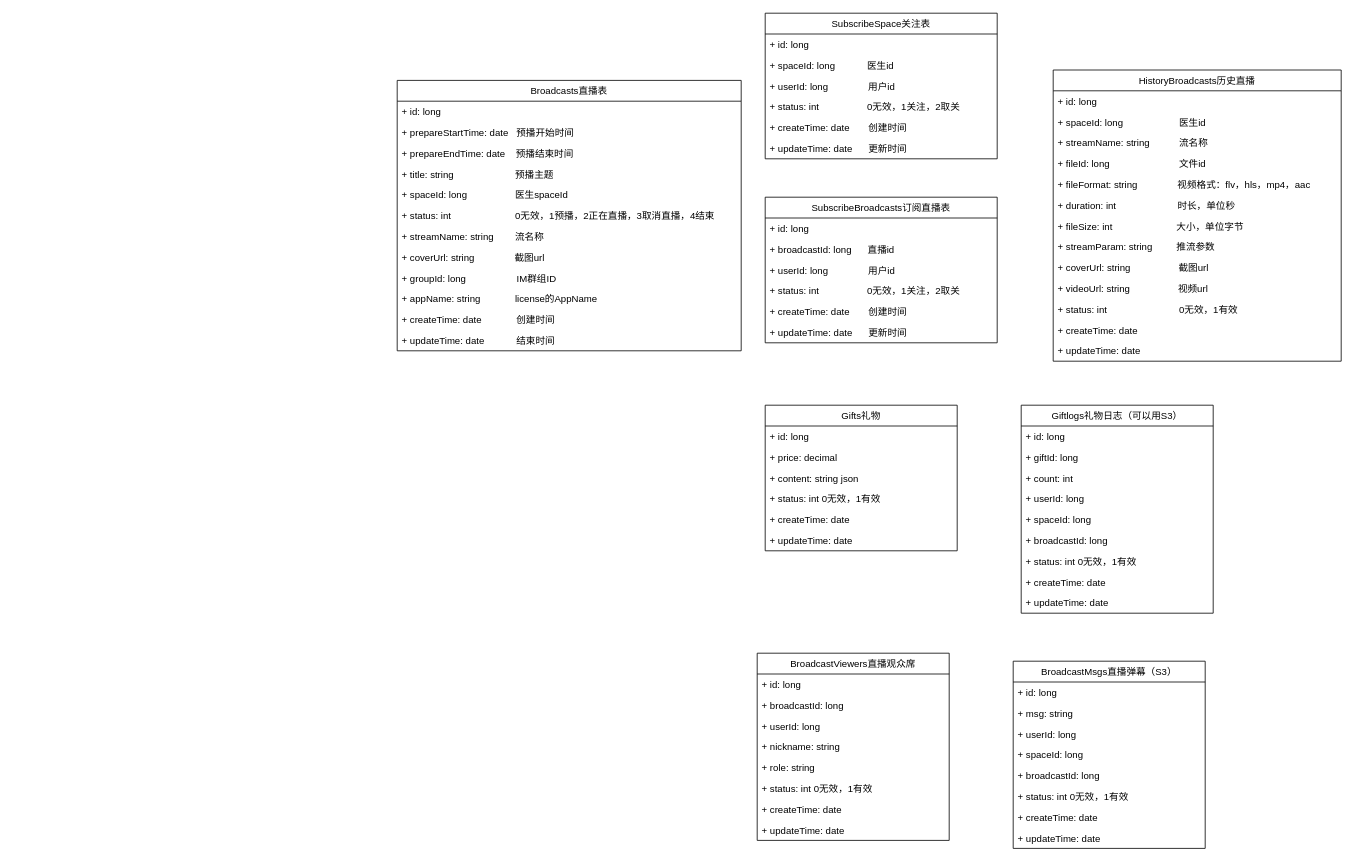
qq584686739/draw keeps this draw.io diagram as 直播类图.drawio. Above is the earlier version. Source tidied: cells renumbered, new cells numbered last; positions are measured from the earlier drawing's top-left corner, leaving out a move shared by most shapes. Both pictures are drawn from the tidied source at 80%, with x=0, y=0 at pixel (397, 13).
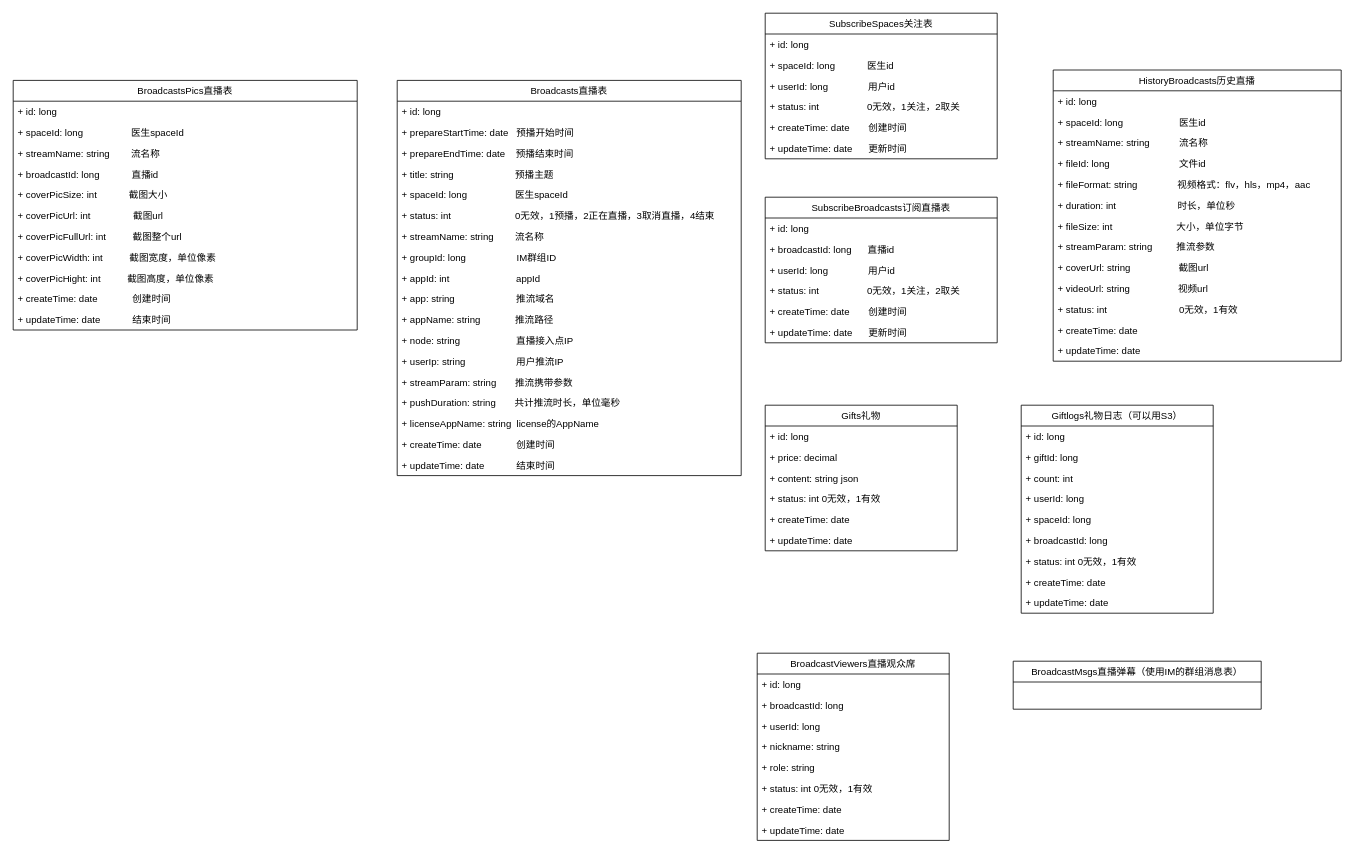
The same page after the edit.

Diff of the diagram source:
```diff
@@
     <mxCell id="2" value="Broadcasts直播表" style="swimlane;fontStyle=0;horizontal=1;startSize=26;fillColor=none;" parent="1" vertex="1">
-      <mxGeometry y="84" width="430" height="338" as="geometry" />
+      <mxGeometry y="84" width="430" height="494" as="geometry" />
     </mxCell>
@@
-    <mxCell id="10" value="+ coverUrl: string               截图url" style="text;strokeColor=none;fillColor=none;align=left;verticalAlign=top;spacingLeft=4;spacingRight=4;overflow=hidden;" parent="2" vertex="1">
-      <mxGeometry y="208" width="430" height="26" as="geometry" />
-    </mxCell>
     <mxCell id="11" value="+ groupId: long                   IM群组ID" style="text;strokeColor=none;fillColor=none;align=left;verticalAlign=top;spacingLeft=4;spacingRight=4;overflow=hidden;" parent="2" vertex="1">
-      <mxGeometry y="234" width="430" height="26" as="geometry" />
+      <mxGeometry y="208" width="430" height="26" as="geometry" />
     </mxCell>
+    <mxCell id="78" value="+ appId: int                         appId" style="text;strokeColor=none;fillColor=none;align=left;verticalAlign=top;spacingLeft=4;spacingRight=4;overflow=hidden;" parent="2" vertex="1">
+      <mxGeometry y="234" width="430" height="26" as="geometry" />
+    </mxCell>
+    <mxCell id="79" value="+ app: string                       推流域名" style="text;strokeColor=none;fillColor=none;align=left;verticalAlign=top;spacingLeft=4;spacingRight=4;overflow=hidden;" parent="2" vertex="1">
+      <mxGeometry y="260" width="430" height="26" as="geometry" />
+    </mxCell>
+    <mxCell id="80" value="+ appName: string             推流路径" style="text;strokeColor=none;fillColor=none;align=left;verticalAlign=top;spacingLeft=4;spacingRight=4;overflow=hidden;" parent="2" vertex="1">
+      <mxGeometry y="286" width="430" height="26" as="geometry" />
+    </mxCell>
+    <mxCell id="81" value="+ node: string                     直播接入点IP" style="text;strokeColor=none;fillColor=none;align=left;verticalAlign=top;spacingLeft=4;spacingRight=4;overflow=hidden;" parent="2" vertex="1">
+      <mxGeometry y="312" width="430" height="26" as="geometry" />
+    </mxCell>
+    <mxCell id="82" value="+ userIp: string                   用户推流IP" style="text;strokeColor=none;fillColor=none;align=left;verticalAlign=top;spacingLeft=4;spacingRight=4;overflow=hidden;" parent="2" vertex="1">
+      <mxGeometry y="338" width="430" height="26" as="geometry" />
+    </mxCell>
+    <mxCell id="83" value="+ streamParam: string       推流携带参数" style="text;strokeColor=none;fillColor=none;align=left;verticalAlign=top;spacingLeft=4;spacingRight=4;overflow=hidden;" parent="2" vertex="1">
+      <mxGeometry y="364" width="430" height="26" as="geometry" />
+    </mxCell>
+    <mxCell id="84" value="+ pushDuration: string       共计推流时长，单位毫秒" style="text;strokeColor=none;fillColor=none;align=left;verticalAlign=top;spacingLeft=4;spacingRight=4;overflow=hidden;" parent="2" vertex="1">
+      <mxGeometry y="390" width="430" height="26" as="geometry" />
+    </mxCell>
-    <mxCell id="12" value="+ appName: string             license的AppName" style="text;strokeColor=none;fillColor=none;align=left;verticalAlign=top;spacingLeft=4;spacingRight=4;overflow=hidden;" parent="2" vertex="1">
-      <mxGeometry y="260" width="430" height="26" as="geometry" />
+    <mxCell id="12" value="+ licenseAppName: string  license的AppName" style="text;strokeColor=none;fillColor=none;align=left;verticalAlign=top;spacingLeft=4;spacingRight=4;overflow=hidden;" parent="2" vertex="1">
+      <mxGeometry y="416" width="430" height="26" as="geometry" />
     </mxCell>
     <mxCell id="13" value="+ createTime: date             创建时间" style="text;strokeColor=none;fillColor=none;align=left;verticalAlign=top;spacingLeft=4;spacingRight=4;overflow=hidden;" parent="2" vertex="1">
-      <mxGeometry y="286" width="430" height="26" as="geometry" />
+      <mxGeometry y="442" width="430" height="26" as="geometry" />
     </mxCell>
     <mxCell id="14" value="+ updateTime: date            结束时间" style="text;strokeColor=none;fillColor=none;align=left;verticalAlign=top;spacingLeft=4;spacingRight=4;overflow=hidden;" parent="2" vertex="1">
-      <mxGeometry y="312" width="430" height="26" as="geometry" />
+      <mxGeometry y="468" width="430" height="26" as="geometry" />
     </mxCell>
@@
-    <mxCell id="39" value="SubscribeSpace关注表" style="swimlane;fontStyle=0;horizontal=1;startSize=26;fillColor=none;" parent="1" vertex="1">
+    <mxCell id="39" value="SubscribeSpaces关注表" style="swimlane;fontStyle=0;horizontal=1;startSize=26;fillColor=none;" parent="1" vertex="1">
       <mxGeometry x="460" width="290" height="182" as="geometry" />
     </mxCell>
@@
+    <mxCell id="85" value="BroadcastsPics直播表" style="swimlane;fontStyle=0;horizontal=1;startSize=26;fillColor=none;" parent="1" vertex="1">
+      <mxGeometry x="-480" y="84" width="430" height="312" as="geometry" />
+    </mxCell>
+    <mxCell id="70" value="+ id: long" style="text;strokeColor=none;fillColor=none;align=left;verticalAlign=top;spacingLeft=4;spacingRight=4;overflow=hidden;" parent="85" vertex="1">
+      <mxGeometry y="26" width="430" height="26" as="geometry" />
+    </mxCell>
+    <mxCell id="86" value="+ spaceId: long                  医生spaceId" style="text;strokeColor=none;fillColor=none;align=left;verticalAlign=top;spacingLeft=4;spacingRight=4;overflow=hidden;" parent="85" vertex="1">
+      <mxGeometry y="52" width="430" height="26" as="geometry" />
+    </mxCell>
+    <mxCell id="87" value="+ streamName: string        流名称" style="text;strokeColor=none;fillColor=none;align=left;verticalAlign=top;spacingLeft=4;spacingRight=4;overflow=hidden;" parent="85" vertex="1">
+      <mxGeometry y="78" width="430" height="26" as="geometry" />
+    </mxCell>
+    <mxCell id="88" value="+ broadcastId: long            直播id" style="text;strokeColor=none;fillColor=none;align=left;verticalAlign=top;spacingLeft=4;spacingRight=4;overflow=hidden;" parent="85" vertex="1">
+      <mxGeometry y="104" width="430" height="26" as="geometry" />
+    </mxCell>
+    <mxCell id="89" value="+ coverPicSize: int            截图大小" style="text;strokeColor=none;fillColor=none;align=left;verticalAlign=top;spacingLeft=4;spacingRight=4;overflow=hidden;" parent="85" vertex="1">
+      <mxGeometry y="130" width="430" height="26" as="geometry" />
+    </mxCell>
+    <mxCell id="90" value="+ coverPicUrl: int                截图url" style="text;strokeColor=none;fillColor=none;align=left;verticalAlign=top;spacingLeft=4;spacingRight=4;overflow=hidden;" parent="85" vertex="1">
+      <mxGeometry y="156" width="430" height="26" as="geometry" />
+    </mxCell>
+    <mxCell id="91" value="+ coverPicFullUrl: int          截图整个url" style="text;strokeColor=none;fillColor=none;align=left;verticalAlign=top;spacingLeft=4;spacingRight=4;overflow=hidden;" parent="85" vertex="1">
+      <mxGeometry y="182" width="430" height="26" as="geometry" />
+    </mxCell>
+    <mxCell id="92" value="+ coverPicWidth: int          截图宽度，单位像素" style="text;strokeColor=none;fillColor=none;align=left;verticalAlign=top;spacingLeft=4;spacingRight=4;overflow=hidden;" parent="85" vertex="1">
+      <mxGeometry y="208" width="430" height="26" as="geometry" />
+    </mxCell>
+    <mxCell id="93" value="+ coverPicHight: int          截图高度，单位像素" style="text;strokeColor=none;fillColor=none;align=left;verticalAlign=top;spacingLeft=4;spacingRight=4;overflow=hidden;" parent="85" vertex="1">
+      <mxGeometry y="234" width="430" height="26" as="geometry" />
+    </mxCell>
+    <mxCell id="94" value="+ createTime: date             创建时间" style="text;strokeColor=none;fillColor=none;align=left;verticalAlign=top;spacingLeft=4;spacingRight=4;overflow=hidden;" parent="85" vertex="1">
+      <mxGeometry y="260" width="430" height="26" as="geometry" />
+    </mxCell>
+    <mxCell id="95" value="+ updateTime: date            结束时间" style="text;strokeColor=none;fillColor=none;align=left;verticalAlign=top;spacingLeft=4;spacingRight=4;overflow=hidden;" parent="85" vertex="1">
+      <mxGeometry y="286" width="430" height="26" as="geometry" />
+    </mxCell>
@@
-    <mxCell id="69" value="BroadcastMsgs直播弹幕（S3）" style="swimlane;fontStyle=0;horizontal=1;startSize=26;fillColor=none;" parent="1" vertex="1">
-      <mxGeometry x="770" y="810" width="240" height="234" as="geometry" />
+    <mxCell id="69" value="BroadcastMsgs直播弹幕（使用IM的群组消息表）" style="swimlane;fontStyle=0;horizontal=1;startSize=26;fillColor=none;" parent="1" vertex="1">
+      <mxGeometry x="770" y="810" width="310" height="60" as="geometry" />
     </mxCell>
-    <mxCell id="70" value="+ id: long" style="text;strokeColor=none;fillColor=none;align=left;verticalAlign=top;spacingLeft=4;spacingRight=4;overflow=hidden;" parent="69" vertex="1">
-      <mxGeometry y="26" width="240" height="26" as="geometry" />
-    </mxCell>
-    <mxCell id="71" value="+ msg: string" style="text;strokeColor=none;fillColor=none;align=left;verticalAlign=top;spacingLeft=4;spacingRight=4;overflow=hidden;" parent="69" vertex="1">
-      <mxGeometry y="52" width="240" height="26" as="geometry" />
-    </mxCell>
-    <mxCell id="72" value="+ userId: long" style="text;strokeColor=none;fillColor=none;align=left;verticalAlign=top;spacingLeft=4;spacingRight=4;overflow=hidden;" parent="69" vertex="1">
-      <mxGeometry y="78" width="240" height="26" as="geometry" />
-    </mxCell>
-    <mxCell id="73" value="+ spaceId: long" style="text;strokeColor=none;fillColor=none;align=left;verticalAlign=top;spacingLeft=4;spacingRight=4;overflow=hidden;" parent="69" vertex="1">
-      <mxGeometry y="104" width="240" height="26" as="geometry" />
-    </mxCell>
-    <mxCell id="74" value="+ broadcastId: long" style="text;strokeColor=none;fillColor=none;align=left;verticalAlign=top;spacingLeft=4;spacingRight=4;overflow=hidden;" parent="69" vertex="1">
-      <mxGeometry y="130" width="240" height="26" as="geometry" />
-    </mxCell>
-    <mxCell id="75" value="+ status: int 0无效，1有效" style="text;strokeColor=none;fillColor=none;align=left;verticalAlign=top;spacingLeft=4;spacingRight=4;overflow=hidden;" parent="69" vertex="1">
-      <mxGeometry y="156" width="240" height="26" as="geometry" />
-    </mxCell>
-    <mxCell id="76" value="+ createTime: date" style="text;strokeColor=none;fillColor=none;align=left;verticalAlign=top;spacingLeft=4;spacingRight=4;overflow=hidden;" parent="69" vertex="1">
-      <mxGeometry y="182" width="240" height="26" as="geometry" />
-    </mxCell>
-    <mxCell id="77" value="+ updateTime: date" style="text;strokeColor=none;fillColor=none;align=left;verticalAlign=top;spacingLeft=4;spacingRight=4;overflow=hidden;" parent="69" vertex="1">
-      <mxGeometry y="208" width="240" height="26" as="geometry" />
-    </mxCell>
```
